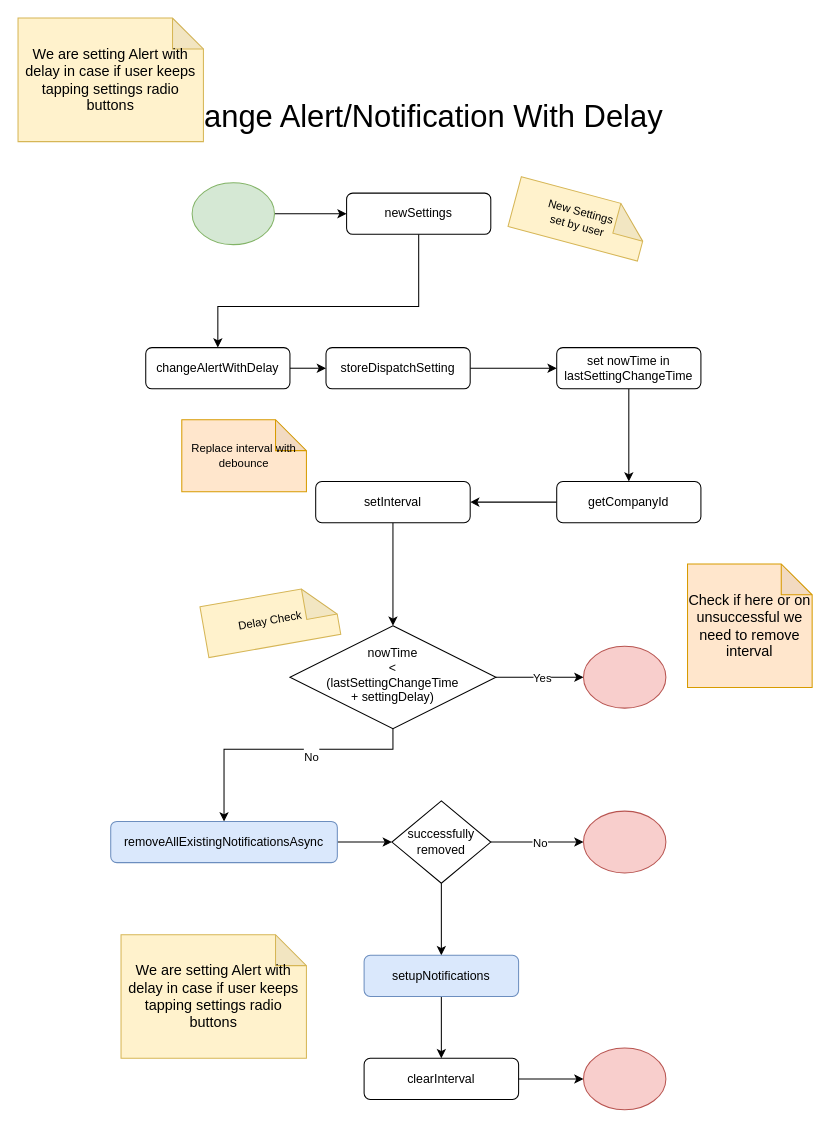
Earlier version of the draw.io diagram page "Change Alert" (1 of 7) of projects/central_masjid_dashboard/cdb/misc/docs-mobile/MDB Mobile Setup Notifications.drawio (sherazc/playground). Source tidied: cells renumbered, new cells numbered last; positions are measured from the earlier drawing's top-left corner, leaving out a move shared by most shapes. Both pictures are drawn from the tidied source at 103%, with x=0, y=0 at pixel (18, 18).
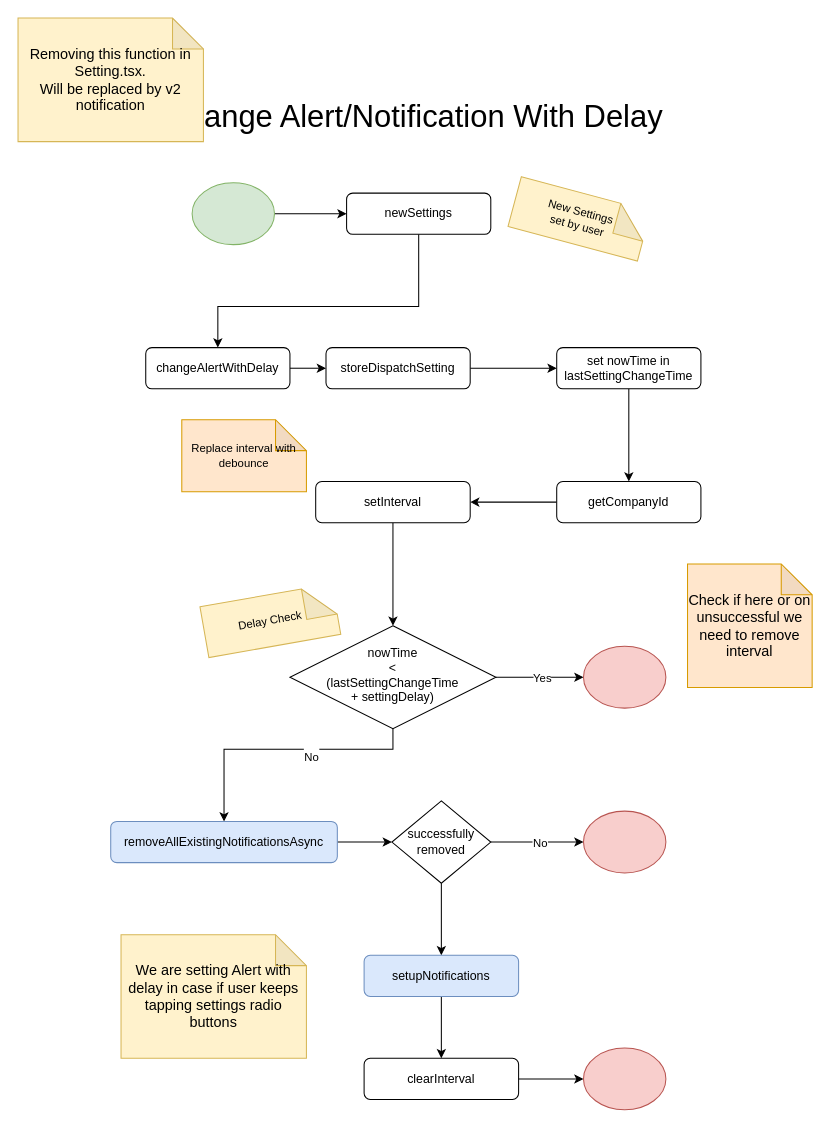
Above is the later version.

Diff of the diagram source:
```diff
@@
-    <mxCell id="40" value="&lt;font style=&quot;font-size: 14px;&quot;&gt;We are setting Alert with delay in case if user keeps tapping settings radio buttons&lt;/font&gt;" style="shape=note;whiteSpace=wrap;html=1;backgroundOutline=1;darkOpacity=0.05;fontSize=11;fillColor=#fff2cc;strokeColor=#d6b656;rotation=0;align=center;" parent="1" vertex="1">
+    <mxCell id="40" value="&lt;font style=&quot;font-size: 14px;&quot;&gt;Removing this function in Setting.tsx.&lt;br&gt;Will be replaced by v2 notification&lt;br&gt;&lt;/font&gt;" style="shape=note;whiteSpace=wrap;html=1;backgroundOutline=1;darkOpacity=0.05;fontSize=11;fillColor=#fff2cc;strokeColor=#d6b656;rotation=0;align=center;" parent="1" vertex="1">
       <mxGeometry width="180" height="120" as="geometry" />
     </mxCell>
```
